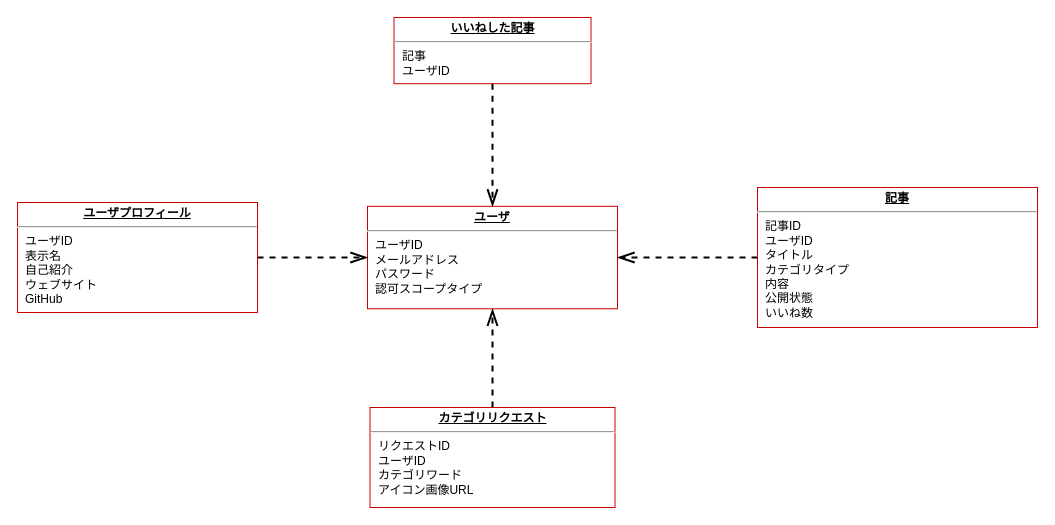
hiroki-it/tech-notebook_old keeps this draw.io diagram as images/drawio/ddd-api-with-laravel/domain-model-diagram/ddd-api-with-laravel_domain-model-diagram_general-user.drawio. Above is the earlier version. Source tidied: cells renumbered, new cells numbered last; positions are measured from the earlier drawing's top-left corner, leaving out a move shared by most shapes. Both pictures are drawn from the tidied source at 100%, with x=0, y=0 at pixel (17, 17).
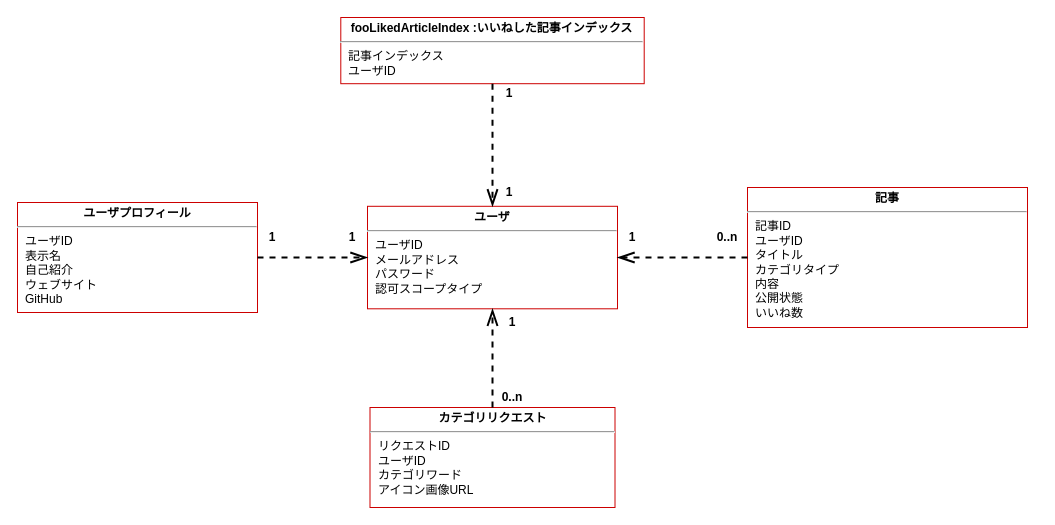
The same page after the edit.

The edit, as a diff of the source:
```diff
@@
-    <mxCell id="2" style="edgeStyle=orthogonalEdgeStyle;rounded=0;jettySize=auto;html=1;entryX=1;entryY=0.5;entryDx=0;entryDy=0;dashed=1;endSize=13;endArrow=openThin;endFill=0;strokeWidth=2;" parent="1" edge="1" source="3" target="4">
-      <mxGeometry relative="1" as="geometry" />
-    </mxCell>
-    <mxCell id="3" value="&lt;p style=&quot;margin: 0px ; margin-top: 4px ; text-align: center ; text-decoration: underline&quot;&gt;&lt;b&gt;記事&lt;/b&gt;&lt;/p&gt;&lt;hr&gt;&lt;p style=&quot;margin: 0px 0px 0px 8px&quot;&gt;記事ID&lt;/p&gt;&lt;p style=&quot;margin: 0px 0px 0px 8px&quot;&gt;ユーザID&lt;/p&gt;&lt;p style=&quot;margin: 0px ; margin-left: 8px&quot;&gt;タイトル&lt;br&gt;カテゴリタイプ&lt;br&gt;内容&lt;/p&gt;&lt;p style=&quot;margin: 0px ; margin-left: 8px&quot;&gt;公開状態&lt;/p&gt;&lt;p style=&quot;margin: 0px ; margin-left: 8px&quot;&gt;いいね数&lt;/p&gt;" style="verticalAlign=top;align=left;overflow=fill;fontSize=12;fontFamily=Helvetica;html=1;strokeColor=#CC0000;" parent="1" vertex="1">
-      <mxGeometry x="740" y="170" width="280" height="140" as="geometry" />
+    <mxCell id="3" value="&lt;p style=&quot;margin: 4px 0px 0px ; text-align: center&quot;&gt;&lt;b&gt;記事&lt;/b&gt;&lt;/p&gt;&lt;hr&gt;&lt;p style=&quot;margin: 0px 0px 0px 8px&quot;&gt;記事ID&lt;/p&gt;&lt;p style=&quot;margin: 0px 0px 0px 8px&quot;&gt;ユーザID&lt;/p&gt;&lt;p style=&quot;margin: 0px ; margin-left: 8px&quot;&gt;タイトル&lt;br&gt;カテゴリタイプ&lt;br&gt;内容&lt;/p&gt;&lt;p style=&quot;margin: 0px ; margin-left: 8px&quot;&gt;公開状態&lt;/p&gt;&lt;p style=&quot;margin: 0px ; margin-left: 8px&quot;&gt;いいね数&lt;/p&gt;" style="verticalAlign=top;align=left;overflow=fill;fontSize=12;fontFamily=Helvetica;html=1;strokeColor=#CC0000;" parent="1" vertex="1">
+      <mxGeometry x="730" y="170" width="280" height="140" as="geometry" />
     </mxCell>
-    <mxCell id="4" value="&lt;p style=&quot;margin: 0px ; margin-top: 4px ; text-align: center ; text-decoration: underline&quot;&gt;&lt;b&gt;ユーザ&lt;/b&gt;&lt;/p&gt;&lt;hr&gt;&lt;p style=&quot;margin: 0px ; margin-left: 8px&quot;&gt;ユーザID&lt;/p&gt;&lt;p style=&quot;margin: 0px ; margin-left: 8px&quot;&gt;メールアドレス&lt;br&gt;パスワード&lt;/p&gt;&lt;p style=&quot;margin: 0px ; margin-left: 8px&quot;&gt;認可スコープタイプ&lt;/p&gt;&lt;p style=&quot;margin: 0px ; margin-left: 8px&quot;&gt;&lt;br&gt;&lt;/p&gt;" style="verticalAlign=top;align=left;overflow=fill;fontSize=12;fontFamily=Helvetica;html=1;strokeColor=#CC0000;" parent="1" vertex="1">
+    <mxCell id="4" value="&lt;p style=&quot;margin: 4px 0px 0px ; text-align: center&quot;&gt;&lt;b&gt;ユーザ&lt;/b&gt;&lt;/p&gt;&lt;hr&gt;&lt;p style=&quot;margin: 0px ; margin-left: 8px&quot;&gt;ユーザID&lt;/p&gt;&lt;p style=&quot;margin: 0px ; margin-left: 8px&quot;&gt;メールアドレス&lt;br&gt;パスワード&lt;/p&gt;&lt;p style=&quot;margin: 0px ; margin-left: 8px&quot;&gt;認可スコープタイプ&lt;/p&gt;&lt;p style=&quot;margin: 0px ; margin-left: 8px&quot;&gt;&lt;br&gt;&lt;/p&gt;" style="verticalAlign=top;align=left;overflow=fill;fontSize=12;fontFamily=Helvetica;html=1;strokeColor=#CC0000;" parent="1" vertex="1">
       <mxGeometry x="350" y="188.8" width="250" height="102.5" as="geometry" />
     </mxCell>
+    <mxCell id="6" value="&lt;p style=&quot;margin: 4px 0px 0px ; text-align: center&quot;&gt;&lt;b&gt;カテゴリリクエスト&lt;/b&gt;&lt;/p&gt;&lt;hr&gt;&lt;p style=&quot;margin: 0px 0px 0px 8px&quot;&gt;リクエストID&lt;/p&gt;&lt;p style=&quot;margin: 0px 0px 0px 8px&quot;&gt;ユーザID&lt;/p&gt;&lt;p style=&quot;margin: 0px 0px 0px 8px&quot;&gt;カテゴリワード&lt;/p&gt;&lt;p style=&quot;margin: 0px 0px 0px 8px&quot;&gt;アイコン画像URL&lt;/p&gt;" style="verticalAlign=top;align=left;overflow=fill;fontSize=12;fontFamily=Helvetica;html=1;strokeColor=#CC0000;" parent="1" vertex="1">
+      <mxGeometry x="352.5" y="390" width="245" height="100" as="geometry" />
+    </mxCell>
+    <mxCell id="10" value="&lt;p style=&quot;margin: 4px 0px 0px ; text-align: center&quot;&gt;&lt;b&gt;ユーザプロフィール&lt;/b&gt;&lt;/p&gt;&lt;hr&gt;&lt;p style=&quot;margin: 0px 0px 0px 8px&quot;&gt;ユーザID&lt;/p&gt;&lt;p style=&quot;margin: 0px 0px 0px 8px&quot;&gt;表示名&lt;/p&gt;&lt;p style=&quot;margin: 0px 0px 0px 8px&quot;&gt;自己紹介&lt;/p&gt;&lt;p style=&quot;margin: 0px 0px 0px 8px&quot;&gt;ウェブサイト&lt;/p&gt;&lt;p style=&quot;margin: 0px 0px 0px 8px&quot;&gt;GitHub&lt;/p&gt;&lt;p style=&quot;margin: 0px 0px 0px 8px&quot;&gt;&lt;br&gt;&lt;/p&gt;" style="verticalAlign=top;align=left;overflow=fill;fontSize=12;fontFamily=Helvetica;html=1;strokeColor=#CC0000;" parent="1" vertex="1">
+      <mxGeometry y="185" width="240" height="110" as="geometry" />
+    </mxCell>
+    <mxCell id="11" value="&lt;p style=&quot;margin: 4px 0px 0px ; text-align: center&quot;&gt;&lt;b&gt;fooLikedArticleIndex :いいねした記事インデックス&lt;/b&gt;&lt;/p&gt;&lt;hr&gt;&lt;p style=&quot;margin: 0px 0px 0px 8px&quot;&gt;記事インデックス&lt;/p&gt;&lt;p style=&quot;margin: 0px 0px 0px 8px&quot;&gt;ユーザID&lt;/p&gt;" style="verticalAlign=top;align=left;overflow=fill;fontSize=12;fontFamily=Helvetica;html=1;strokeColor=#CC0000;" parent="1" vertex="1">
+      <mxGeometry x="323.3" width="303.4" height="66.2" as="geometry" />
+    </mxCell>
+    <mxCell id="12" style="group;" parent="1" vertex="1">
+      <mxGeometry x="600" y="210" width="130" height="30" as="geometry" />
+    </mxCell>
+    <mxCell id="2" style="edgeStyle=orthogonalEdgeStyle;rounded=0;jettySize=auto;html=1;entryX=1;entryY=0.5;entryDx=0;entryDy=0;dashed=1;endSize=13;endArrow=openThin;endFill=0;strokeWidth=2;" parent="12" edge="1" source="3" target="4">
+      <mxGeometry relative="1" as="geometry" />
+    </mxCell>
+    <mxCell id="13" value="0..n" style="text;html=1;strokeColor=none;fillColor=none;align=center;verticalAlign=middle;whiteSpace=wrap;rounded=0;fontStyle=1;" parent="12" vertex="1">
+      <mxGeometry x="90" width="40" height="20" as="geometry" />
+    </mxCell>
+    <mxCell id="14" value="1" style="text;html=1;strokeColor=none;fillColor=none;align=center;verticalAlign=middle;whiteSpace=wrap;rounded=0;fontStyle=1;" parent="12" vertex="1">
+      <mxGeometry width="30" height="20" as="geometry" />
+    </mxCell>
+    <mxCell id="15" style="group;" parent="1" vertex="1">
+      <mxGeometry x="477" y="66.2" width="30" height="118.8" as="geometry" />
+    </mxCell>
+    <mxCell id="7" style="edgeStyle=orthogonalEdgeStyle;rounded=0;jettySize=auto;html=1;entryX=0.5;entryY=0;entryDx=0;entryDy=0;dashed=1;endSize=13;endArrow=openThin;endFill=0;strokeWidth=2;exitX=0.5;exitY=1;exitDx=0;exitDy=0;" parent="15" edge="1" source="11" target="4">
+      <mxGeometry relative="1" as="geometry" />
+    </mxCell>
+    <mxCell id="16" value="1" style="text;html=1;strokeColor=none;fillColor=none;align=center;verticalAlign=middle;whiteSpace=wrap;rounded=0;fontStyle=1;" parent="15" vertex="1">
+      <mxGeometry y="98.8" width="30" height="20" as="geometry" />
+    </mxCell>
+    <mxCell id="17" value="1" style="text;html=1;strokeColor=none;fillColor=none;align=center;verticalAlign=middle;whiteSpace=wrap;rounded=0;fontStyle=1;" parent="15" vertex="1">
+      <mxGeometry width="30" height="20" as="geometry" />
+    </mxCell>
+    <mxCell id="18" style="group;" parent="1" vertex="1">
+      <mxGeometry x="240" y="210" width="110" height="20" as="geometry" />
+    </mxCell>
+    <mxCell id="9" style="edgeStyle=orthogonalEdgeStyle;rounded=0;jettySize=auto;html=1;dashed=1;endArrow=openThin;endFill=0;endSize=13;strokeWidth=2;" parent="18" edge="1" source="10" target="4">
+      <mxGeometry relative="1" as="geometry" />
+    </mxCell>
+    <mxCell id="19" value="1" style="text;html=1;strokeColor=none;fillColor=none;align=center;verticalAlign=middle;whiteSpace=wrap;rounded=0;fontStyle=1;" parent="18" vertex="1">
+      <mxGeometry x="80" width="30" height="20" as="geometry" />
+    </mxCell>
+    <mxCell id="20" value="1" style="text;html=1;strokeColor=none;fillColor=none;align=center;verticalAlign=middle;whiteSpace=wrap;rounded=0;fontStyle=1;" parent="18" vertex="1">
+      <mxGeometry width="30" height="20" as="geometry" />
+    </mxCell>
+    <mxCell id="21" style="group;" parent="1" vertex="1">
+      <mxGeometry x="475" y="295" width="40" height="95" as="geometry" />
+    </mxCell>
-    <mxCell id="5" style="edgeStyle=orthogonalEdgeStyle;rounded=0;jettySize=auto;html=1;entryX=0.5;entryY=1;entryDx=0;entryDy=0;dashed=1;endArrow=openThin;endFill=0;endSize=13;strokeWidth=2;" parent="1" edge="1" source="6" target="4">
+    <mxCell id="5" style="edgeStyle=orthogonalEdgeStyle;rounded=0;jettySize=auto;html=1;entryX=0.5;entryY=1;entryDx=0;entryDy=0;dashed=1;endArrow=openThin;endFill=0;endSize=13;strokeWidth=2;" parent="21" edge="1" source="6" target="4">
       <mxGeometry relative="1" as="geometry" />
     </mxCell>
-    <mxCell id="6" value="&lt;p style=&quot;margin: 0px ; margin-top: 4px ; text-align: center ; text-decoration: underline&quot;&gt;&lt;b&gt;カテゴリリクエスト&lt;/b&gt;&lt;/p&gt;&lt;hr&gt;&lt;p style=&quot;margin: 0px 0px 0px 8px&quot;&gt;リクエストID&lt;/p&gt;&lt;p style=&quot;margin: 0px 0px 0px 8px&quot;&gt;ユーザID&lt;/p&gt;&lt;p style=&quot;margin: 0px 0px 0px 8px&quot;&gt;カテゴリワード&lt;/p&gt;&lt;p style=&quot;margin: 0px 0px 0px 8px&quot;&gt;アイコン画像URL&lt;/p&gt;" style="verticalAlign=top;align=left;overflow=fill;fontSize=12;fontFamily=Helvetica;html=1;strokeColor=#CC0000;" parent="1" vertex="1">
-      <mxGeometry x="352.5" y="390" width="245" height="100" as="geometry" />
-    </mxCell>
-    <mxCell id="7" style="edgeStyle=orthogonalEdgeStyle;rounded=0;jettySize=auto;html=1;entryX=0.5;entryY=0;entryDx=0;entryDy=0;dashed=1;endSize=13;endArrow=openThin;endFill=0;strokeWidth=2;" parent="1" edge="1" source="8" target="4">
-      <mxGeometry relative="1" as="geometry" />
-    </mxCell>
-    <mxCell id="8" value="&lt;p style=&quot;margin: 0px ; margin-top: 4px ; text-align: center ; text-decoration: underline&quot;&gt;&lt;b&gt;いいねした記事&lt;/b&gt;&lt;/p&gt;&lt;hr&gt;&lt;p style=&quot;margin: 0px 0px 0px 8px&quot;&gt;記事&lt;/p&gt;&lt;p style=&quot;margin: 0px 0px 0px 8px&quot;&gt;ユーザID&lt;/p&gt;" style="verticalAlign=top;align=left;overflow=fill;fontSize=12;fontFamily=Helvetica;html=1;strokeColor=#CC0000;" parent="1" vertex="1">
-      <mxGeometry x="376.5" width="197" height="66.2" as="geometry" />
-    </mxCell>
-    <mxCell id="9" style="edgeStyle=orthogonalEdgeStyle;rounded=0;jettySize=auto;html=1;dashed=1;endArrow=openThin;endFill=0;endSize=13;strokeWidth=2;" parent="1" edge="1" source="10" target="4">
-      <mxGeometry relative="1" as="geometry" />
-    </mxCell>
-    <mxCell id="10" value="&lt;p style=&quot;margin: 0px ; margin-top: 4px ; text-align: center ; text-decoration: underline&quot;&gt;&lt;b&gt;ユーザプロフィール&lt;/b&gt;&lt;/p&gt;&lt;hr&gt;&lt;p style=&quot;margin: 0px 0px 0px 8px&quot;&gt;ユーザID&lt;/p&gt;&lt;p style=&quot;margin: 0px 0px 0px 8px&quot;&gt;表示名&lt;/p&gt;&lt;p style=&quot;margin: 0px 0px 0px 8px&quot;&gt;自己紹介&lt;/p&gt;&lt;p style=&quot;margin: 0px 0px 0px 8px&quot;&gt;ウェブサイト&lt;/p&gt;&lt;p style=&quot;margin: 0px 0px 0px 8px&quot;&gt;GitHub&lt;/p&gt;&lt;p style=&quot;margin: 0px 0px 0px 8px&quot;&gt;&lt;br&gt;&lt;/p&gt;" style="verticalAlign=top;align=left;overflow=fill;fontSize=12;fontFamily=Helvetica;html=1;strokeColor=#CC0000;" parent="1" vertex="1">
-      <mxGeometry y="185" width="240" height="110" as="geometry" />
-    </mxCell>
+    <mxCell id="22" value="0..n" style="text;html=1;strokeColor=none;fillColor=none;align=center;verticalAlign=middle;whiteSpace=wrap;rounded=0;fontStyle=1;" parent="21" vertex="1">
+      <mxGeometry y="75" width="40" height="20" as="geometry" />
+    </mxCell>
+    <mxCell id="23" value="1" style="text;html=1;strokeColor=none;fillColor=none;align=center;verticalAlign=middle;whiteSpace=wrap;rounded=0;fontStyle=1;" parent="21" vertex="1">
+      <mxGeometry x="5" width="30" height="20" as="geometry" />
+    </mxCell>
```
